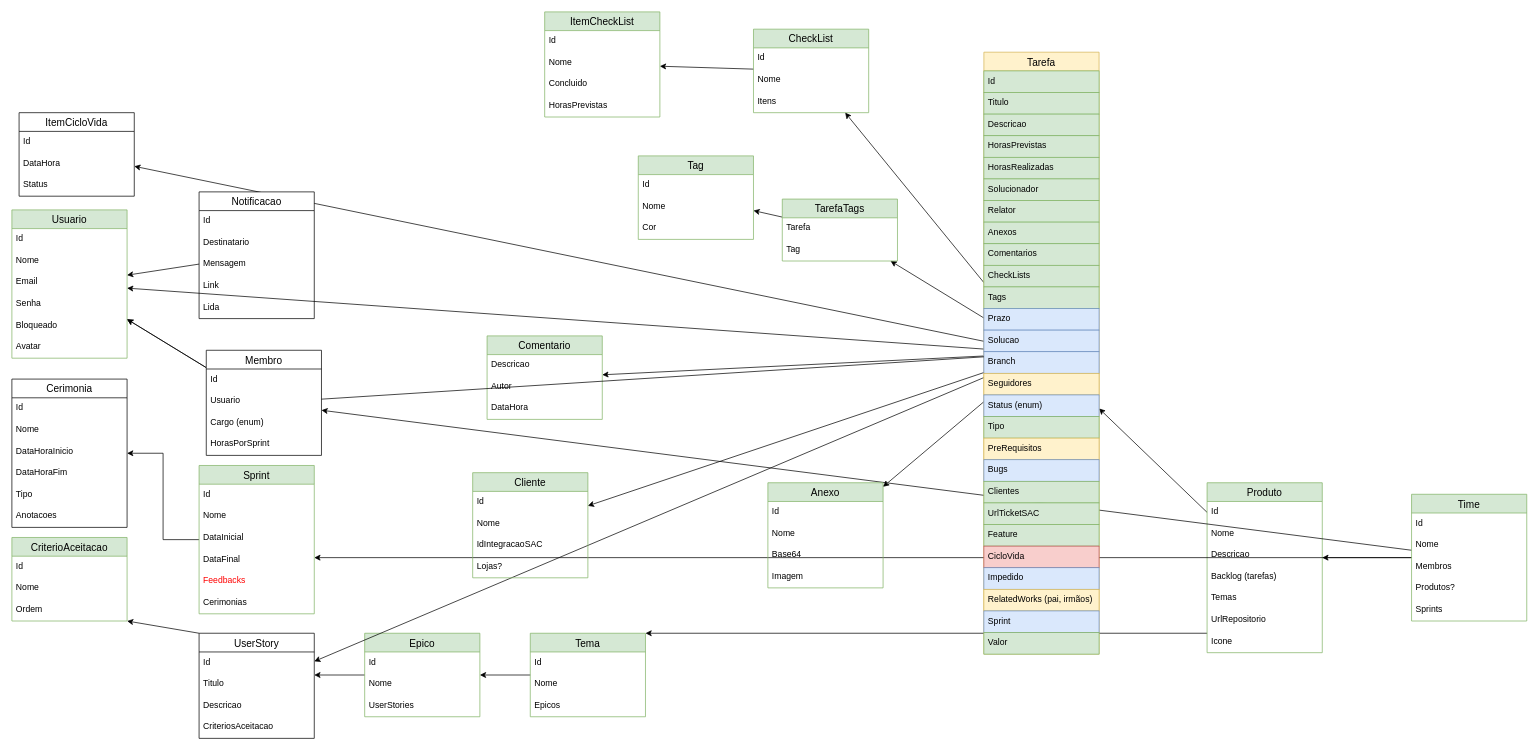
Above: page "ordem" (1 of 2) of Agilis-Back/docs/Untitled Diagram.drawio in ddsdaniel/Agilis (draw.io), before the change. Source tidied: cells renumbered, new cells numbered last; positions are measured from the earlier drawing's top-left corner, leaving out a move shared by most shapes. Both pictures are drawn from the tidied source at 72%, with x=0, y=0 at pixel (12, 12).
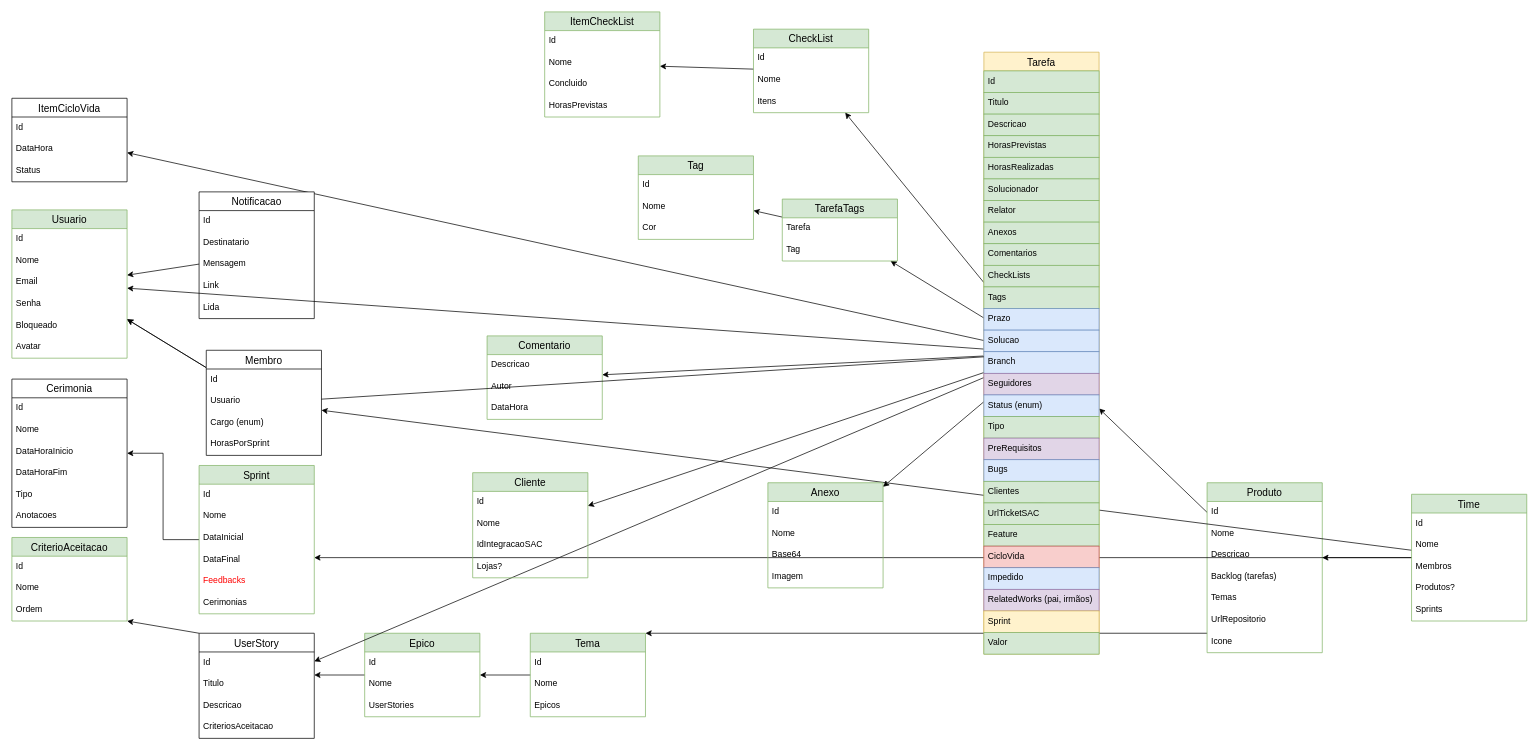
The same page after the edit.

The change refers to these unchanged cells:
```xml
<mxCell id="88" value="Tarefa" style="swimlane;fontStyle=0;horizontal=1;startSize=26;align=center;fontSize=14;fillColor=#fff2cc;strokeColor=#d6b656;" parent="1" vertex="1">
  <mxGeometry x="1350" y="56" width="160" height="836" as="geometry" />
</mxCell>
```

Change to the diagram source:
```diff
@@
-    <mxCell id="103" value="Seguidores" style="text;strokeColor=#d6b656;fillColor=#fff2cc;spacingLeft=4;spacingRight=4;overflow=hidden;fontSize=12;" parent="88" vertex="1">
+    <mxCell id="103" value="Seguidores" style="text;strokeColor=#9673a6;fillColor=#e1d5e7;spacingLeft=4;spacingRight=4;overflow=hidden;fontSize=12;" parent="88" vertex="1">
       <mxGeometry y="446" width="160" height="30" as="geometry" />
     </mxCell>
@@
-    <mxCell id="106" value="PreRequisitos" style="text;strokeColor=#d6b656;fillColor=#fff2cc;spacingLeft=4;spacingRight=4;overflow=hidden;fontSize=12;" parent="88" vertex="1">
+    <mxCell id="106" value="PreRequisitos" style="text;strokeColor=#9673a6;fillColor=#e1d5e7;spacingLeft=4;spacingRight=4;overflow=hidden;fontSize=12;" parent="88" vertex="1">
       <mxGeometry y="536" width="160" height="30" as="geometry" />
     </mxCell>
@@
-    <mxCell id="113" value="RelatedWorks (pai, irmãos)" style="text;strokeColor=#d6b656;fillColor=#fff2cc;spacingLeft=4;spacingRight=4;overflow=hidden;fontSize=12;" parent="88" vertex="1">
+    <mxCell id="113" value="RelatedWorks (pai, irmãos)" style="text;strokeColor=#9673a6;fillColor=#e1d5e7;spacingLeft=4;spacingRight=4;overflow=hidden;fontSize=12;" parent="88" vertex="1">
       <mxGeometry y="746" width="160" height="30" as="geometry" />
     </mxCell>
-    <mxCell id="114" value="Sprint" style="text;strokeColor=#6c8ebf;fillColor=#dae8fc;spacingLeft=4;spacingRight=4;overflow=hidden;fontSize=12;" parent="88" vertex="1">
+    <mxCell id="114" value="Sprint" style="text;strokeColor=#d6b656;fillColor=#fff2cc;spacingLeft=4;spacingRight=4;overflow=hidden;fontSize=12;" parent="88" vertex="1">
       <mxGeometry y="776" width="160" height="30" as="geometry" />
     </mxCell>
@@
     <mxCell id="122" value="ItemCicloVida" style="swimlane;fontStyle=0;horizontal=1;startSize=26;align=center;fontSize=14;" parent="1" vertex="1">
-      <mxGeometry x="10" y="140" width="160" height="116" as="geometry" />
+      <mxGeometry y="120" width="160" height="116" as="geometry" />
     </mxCell>
```
